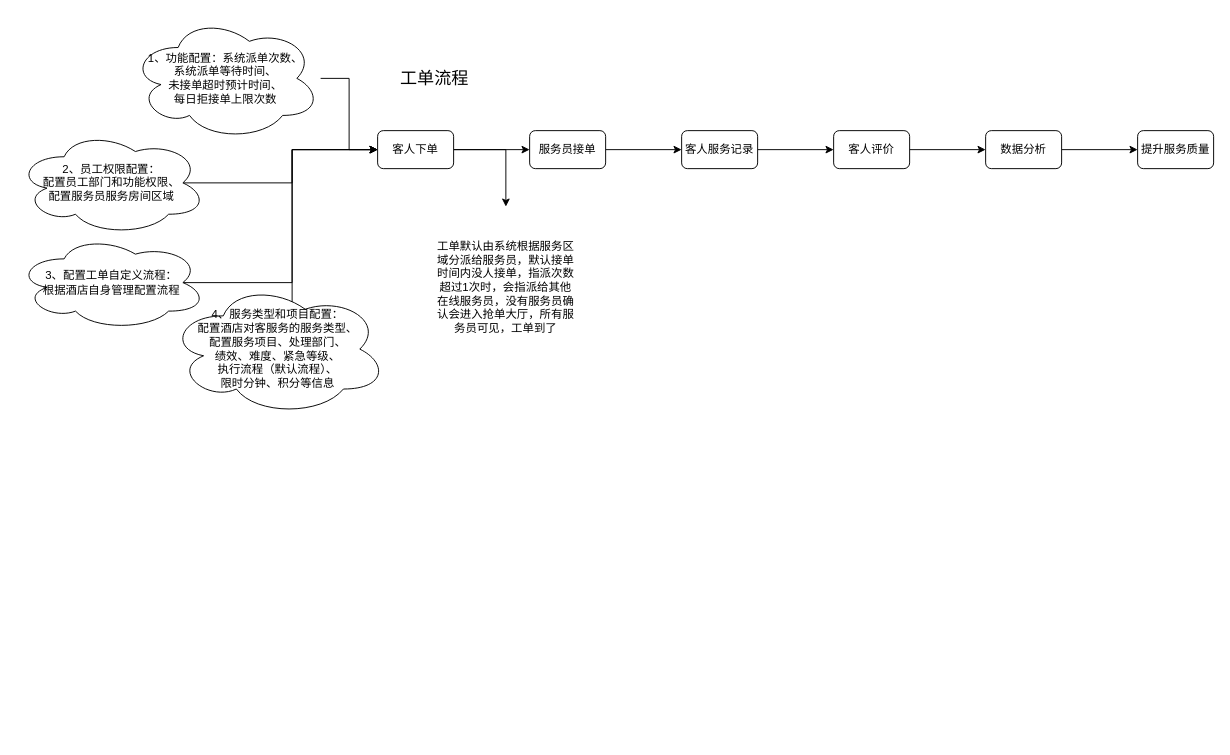
Before: xzzh/服务管家培训讲解流程图.drawio in daniel-7d/draw, a draw.io diagram. Source tidied: cells renumbered, new cells numbered last; positions are measured from the earlier drawing's top-left corner, leaving out a move shared by most shapes. Both pictures are drawn from the tidied source at 95%, with x=0, y=0 at pixel (16, 16).
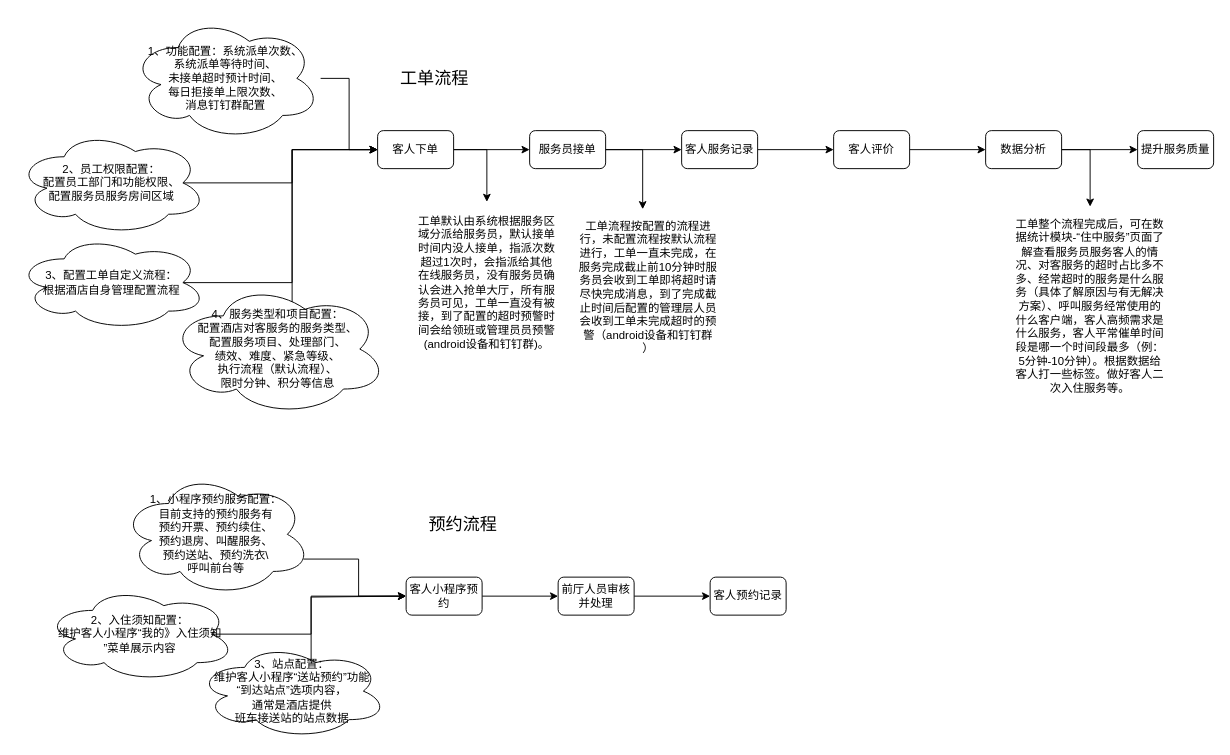
The same diagram, later.

Commit message (it also covers changes not shown here):
更新服务管家培训讲解流程图.drawio

Unchanged cells that the change refers to:
```xml
<mxCell id="7" value="服务员接单" style="rounded=1;whiteSpace=wrap;html=1;" parent="1" vertex="1">
  <mxGeometry x="540" y="120" width="80" height="40" as="geometry" />
</mxCell>
<mxCell id="13" value="数据分析" style="rounded=1;whiteSpace=wrap;html=1;" parent="1" vertex="1">
  <mxGeometry x="1020" y="120" width="80" height="40" as="geometry" />
</mxCell>
```

The edit, as a diff of the source:
```diff
@@
+    <mxCell id="24" style="edgeStyle=orthogonalEdgeStyle;rounded=0;jettySize=auto;html=1;exitX=1;exitY=0.5;exitDx=0;exitDy=0;entryX=0.5;entryY=0;entryDx=0;entryDy=0;" parent="1" edge="1" source="13" target="27">
+      <mxGeometry relative="1" as="geometry" />
+    </mxCell>
@@
-    <mxCell id="16" value="1、功能配置：系统派单次数、&lt;br&gt;系统派单等待时间、&lt;br&gt;未接单超时预计时间、&lt;br&gt;每日拒接单上限次数" style="ellipse;shape=cloud;whiteSpace=wrap;html=1;" parent="1" vertex="1">
+    <mxCell id="16" value="1、功能配置：系统派单次数、&lt;br&gt;系统派单等待时间、&lt;br&gt;未接单超时预计时间、&lt;br&gt;每日拒接单上限次数、&lt;br&gt;消息钉钉群配置" style="ellipse;shape=cloud;whiteSpace=wrap;html=1;" parent="1" vertex="1">
       <mxGeometry x="120" width="200" height="130" as="geometry" />
     </mxCell>
@@
-    <mxCell id="23" value="工单默认由系统根据服务区域分派给服务员，默认接单时间内没人接单，指派次数超过1次时，会指派给其他在线服务员，没有服务员确认会进入抢单大厅，所有服务员可见，工单到了" style="text;html=1;strokeColor=none;fillColor=none;align=center;verticalAlign=middle;whiteSpace=wrap;rounded=0;" parent="1" vertex="1">
-      <mxGeometry x="440" y="200" width="150" height="170" as="geometry" />
+    <mxCell id="23" value="工单默认由系统根据服务区域分派给服务员，默认接单时间内没人接单，指派次数超过1次时，会指派给其他在线服务员，没有服务员确认会进入抢单大厅，所有服务员可见，工单一直没有被接，到了配置的超时预警时间会给领班或管理员员预警(android设备和钉钉群)。&lt;br&gt;" style="text;html=1;strokeColor=none;fillColor=none;align=center;verticalAlign=middle;whiteSpace=wrap;rounded=0;" parent="1" vertex="1">
+      <mxGeometry x="420" y="195" width="150" height="170" as="geometry" />
     </mxCell>
+    <mxCell id="25" value="工单流程按配置的流程进行，未配置流程按默认流程进行，工单一直未完成，在服务完成截止前10分钟时服务员会收到工单即将超时请尽快完成消息，到了完成截止时间后配置的管理层人员会收到工单未完成超时的预警（android设备和钉钉群&lt;br&gt;）" style="text;html=1;strokeColor=none;fillColor=none;align=center;verticalAlign=middle;whiteSpace=wrap;rounded=0;" parent="1" vertex="1">
+      <mxGeometry x="590" y="200" width="150" height="170" as="geometry" />
+    </mxCell>
+    <mxCell id="26" style="edgeStyle=orthogonalEdgeStyle;rounded=0;jettySize=auto;html=1;exitX=1;exitY=0.5;exitDx=0;exitDy=0;entryX=0.46;entryY=0.016;entryDx=0;entryDy=0;entryPerimeter=0;" parent="1" edge="1" source="7" target="25">
+      <mxGeometry relative="1" as="geometry" />
+    </mxCell>
+    <mxCell id="27" value="工单整个流程完成后，可在数据统计模块-“住中服务”页面了解查看服务员服务客人的情况、对客服务的超时占比多不多、经常超时的服务是什么服务（具体了解原因与有无解决方案）、呼叫服务经常使用的什么客户端，客人高频需求是什么服务，客人平常催单时间段是哪一个时间段最多（例：5分钟-10分钟）。根据数据给客人打一些标签。做好客人二次入住服务等。" style="text;html=1;strokeColor=none;fillColor=none;align=center;verticalAlign=middle;whiteSpace=wrap;rounded=0;" parent="1" vertex="1">
+      <mxGeometry x="1050" y="200" width="160" height="210" as="geometry" />
+    </mxCell>
+    <mxCell id="28" style="edgeStyle=orthogonalEdgeStyle;rounded=0;jettySize=auto;html=1;exitX=1;exitY=0.5;exitDx=0;exitDy=0;" parent="1" edge="1" source="29" target="32">
+      <mxGeometry relative="1" as="geometry" />
+    </mxCell>
+    <mxCell id="29" value="客人小程序预约" style="rounded=1;whiteSpace=wrap;html=1;" parent="1" vertex="1">
+      <mxGeometry x="410" y="590" width="80" height="40" as="geometry" />
+    </mxCell>
+    <mxCell id="30" value="&lt;font style=&quot;font-size: 18px;&quot;&gt;预约流程&lt;/font&gt;" style="text;html=1;strokeColor=none;fillColor=none;align=center;verticalAlign=middle;whiteSpace=wrap;rounded=0;" parent="1" vertex="1">
+      <mxGeometry x="420" y="520" width="100" height="30" as="geometry" />
+    </mxCell>
+    <mxCell id="31" style="edgeStyle=orthogonalEdgeStyle;rounded=0;jettySize=auto;html=1;exitX=1;exitY=0.5;exitDx=0;exitDy=0;entryX=0;entryY=0.5;entryDx=0;entryDy=0;" parent="1" edge="1" source="32" target="33">
+      <mxGeometry relative="1" as="geometry" />
+    </mxCell>
+    <mxCell id="32" value="前厅人员审核并处理" style="rounded=1;whiteSpace=wrap;html=1;" parent="1" vertex="1">
+      <mxGeometry x="570" y="590" width="80" height="40" as="geometry" />
+    </mxCell>
+    <mxCell id="33" value="客人预约记录" style="rounded=1;whiteSpace=wrap;html=1;" parent="1" vertex="1">
+      <mxGeometry x="730" y="590" width="80" height="40" as="geometry" />
+    </mxCell>
+    <mxCell id="34" style="edgeStyle=orthogonalEdgeStyle;rounded=0;jettySize=auto;html=1;exitX=0.96;exitY=0.7;exitDx=0;exitDy=0;exitPerimeter=0;entryX=0;entryY=0.5;entryDx=0;entryDy=0;" parent="1" edge="1" source="35" target="29">
+      <mxGeometry relative="1" as="geometry" />
+    </mxCell>
+    <mxCell id="35" value="1、小程序预约服务配置：&lt;br&gt;目前支持的预约服务有&lt;br&gt;预约开票、预约续住、&lt;br&gt;预约退房、叫醒服务、&lt;br&gt;预约送站、预约洗衣\&lt;br&gt;呼叫前台等" style="ellipse;shape=cloud;whiteSpace=wrap;html=1;" parent="1" vertex="1">
+      <mxGeometry x="110" y="480" width="200" height="130" as="geometry" />
+    </mxCell>
+    <mxCell id="36" style="edgeStyle=orthogonalEdgeStyle;rounded=0;jettySize=auto;html=1;exitX=0.875;exitY=0.5;exitDx=0;exitDy=0;exitPerimeter=0;" parent="1" edge="1" source="37">
+      <mxGeometry relative="1" as="geometry">
+        <mxPoint x="410" y="610" as="targetPoint" />
+        <Array as="points">
+          <mxPoint x="310" y="650" />
+          <mxPoint x="310" y="611" />
+        </Array>
+      </mxGeometry>
+    </mxCell>
+    <mxCell id="37" value="2、入住须知配置：&lt;br&gt;维护客人小程序“我的》入住须知&lt;br&gt;”菜单展示内容" style="ellipse;shape=cloud;whiteSpace=wrap;html=1;" parent="1" vertex="1">
+      <mxGeometry x="30" y="600" width="200" height="100" as="geometry" />
+    </mxCell>
+    <mxCell id="38" style="edgeStyle=orthogonalEdgeStyle;rounded=0;jettySize=auto;html=1;exitX=0.625;exitY=0.2;exitDx=0;exitDy=0;exitPerimeter=0;entryX=0;entryY=0.5;entryDx=0;entryDy=0;" parent="1" edge="1" source="39" target="29">
+      <mxGeometry relative="1" as="geometry">
+        <Array as="points">
+          <mxPoint x="310" y="680" />
+          <mxPoint x="310" y="610" />
+        </Array>
+      </mxGeometry>
+    </mxCell>
+    <mxCell id="39" value="3、站点配置：&lt;br&gt;维护客人小程序“送站预约”功能&lt;br&gt;“到达站点”选项内容，&lt;br&gt;通常是酒店提供&lt;br&gt;班车接送站的站点数据" style="ellipse;shape=cloud;whiteSpace=wrap;html=1;" parent="1" vertex="1">
+      <mxGeometry x="190" y="660" width="200" height="100" as="geometry" />
+    </mxCell>
```
